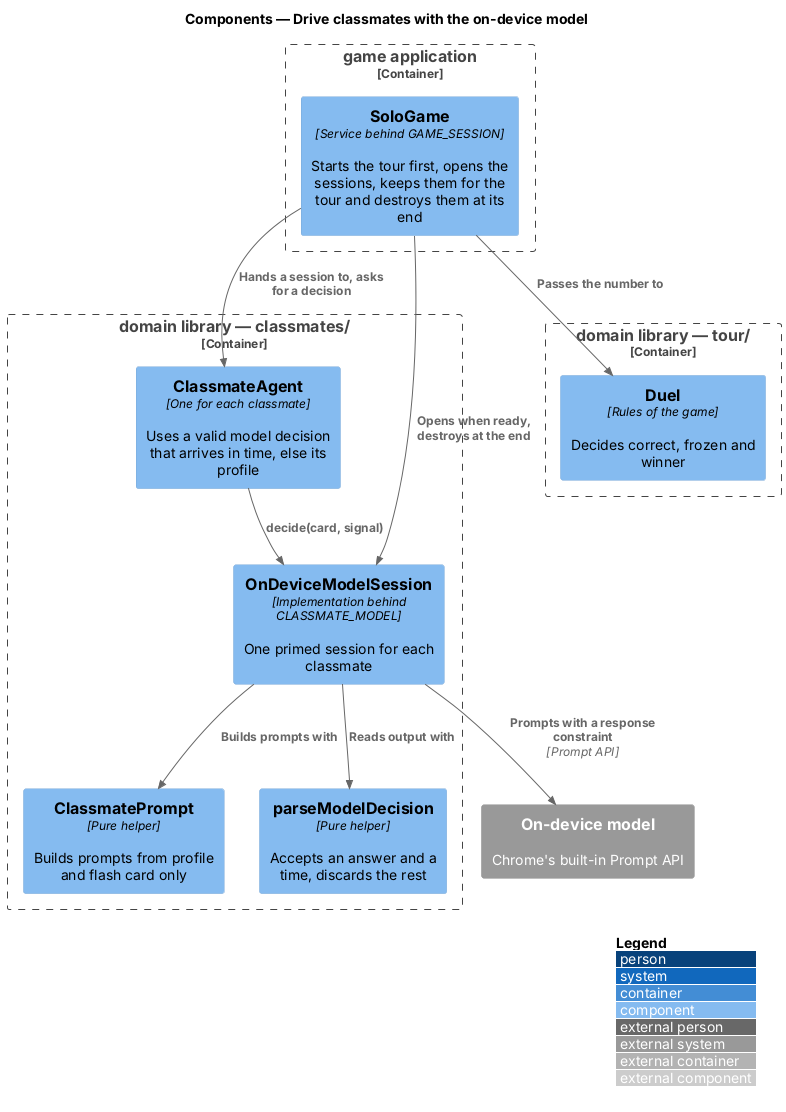
Before: docs/detailed-designs/classmates/drive-classmates-with-model/diagrams/c4-component.png, a diagram exported from PlantUML (QuinntyneBrown/around-the-world). Its source is kept beside it as docs/detailed-designs/classmates/drive-classmates-with-model/diagrams/c4-component.puml.
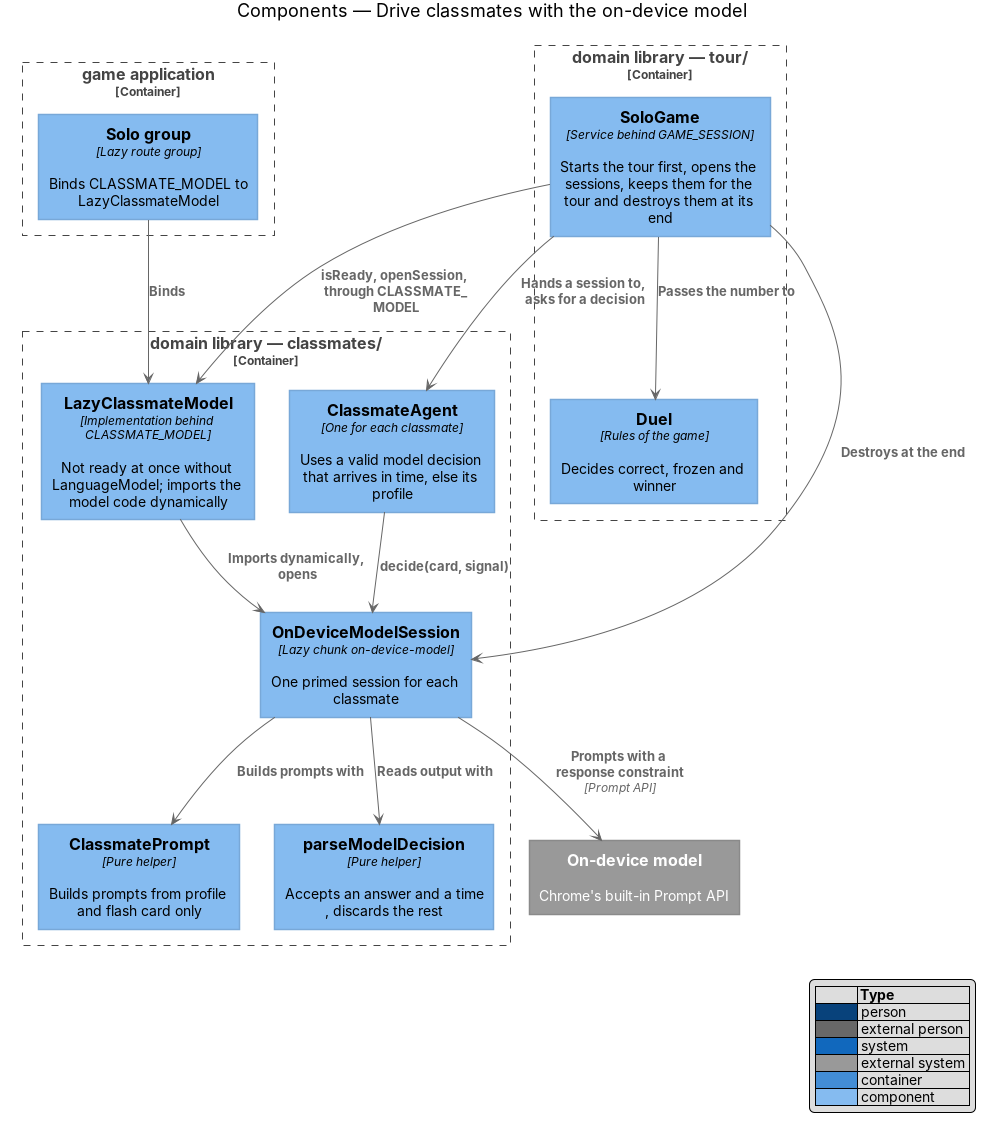
Above is the later version.

What changed in the source:
```diff
@@ -4,20 +4,25 @@
 title Components — Drive classmates with the on-device model
 
 Container_Boundary(game, "game application") {
-  Component(solo, "SoloGame", "Service behind GAME_SESSION", "Starts the tour first, opens the sessions, keeps them for the tour and destroys them at its end")
+  Component(routes, "Solo group", "Lazy route group", "Binds CLASSMATE_MODEL to LazyClassmateModel")
 }
 Container_Boundary(classmates, "domain library — classmates/") {
+  Component(lazy, "LazyClassmateModel", "Implementation behind CLASSMATE_MODEL", "Not ready at once without LanguageModel; imports the model code dynamically")
   Component(agent, "ClassmateAgent", "One for each classmate", "Uses a valid model decision that arrives in time, else its profile")
-  Component(session, "OnDeviceModelSession", "Implementation behind CLASSMATE_MODEL", "One primed session for each classmate")
+  Component(session, "OnDeviceModelSession", "Lazy chunk on-device-model", "One primed session for each classmate")
   Component(prompt, "ClassmatePrompt", "Pure helper", "Builds prompts from profile and flash card only")
   Component(parse, "parseModelDecision", "Pure helper", "Accepts an answer and a time, discards the rest")
 }
 Container_Boundary(tour, "domain library — tour/") {
+  Component(solo, "SoloGame", "Service behind GAME_SESSION", "Starts the tour first, opens the sessions, keeps them for the tour and destroys them at its end")
   Component(duel, "Duel", "Rules of the game", "Decides correct, frozen and winner")
 }
 System_Ext(model, "On-device model", "Chrome's built-in Prompt API")
 
-Rel(solo, session, "Opens when ready, destroys at the end")
+Rel(routes, lazy, "Binds")
+Rel(solo, lazy, "isReady, openSession, through CLASSMATE_MODEL")
+Rel(lazy, session, "Imports dynamically, opens")
+Rel(solo, session, "Destroys at the end")
 Rel(solo, agent, "Hands a session to, asks for a decision")
 Rel(agent, session, "decide(card, signal)")
 Rel(session, prompt, "Builds prompts with")
```
